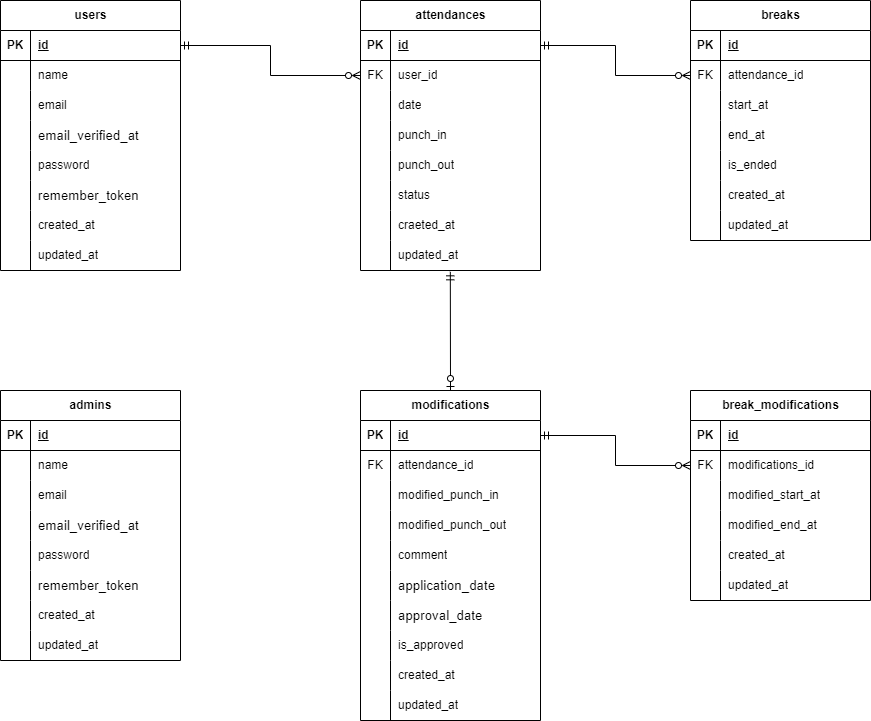
Earlier version of the draw.io export src/ER-diagram.drawio.png (Roba-97/ObanaRyota-mockcase2-attendance-app). Source tidied: cells renumbered, new cells last; positions are measured from the earlier drawing's top-left corner, leaving out a move shared by most shapes.
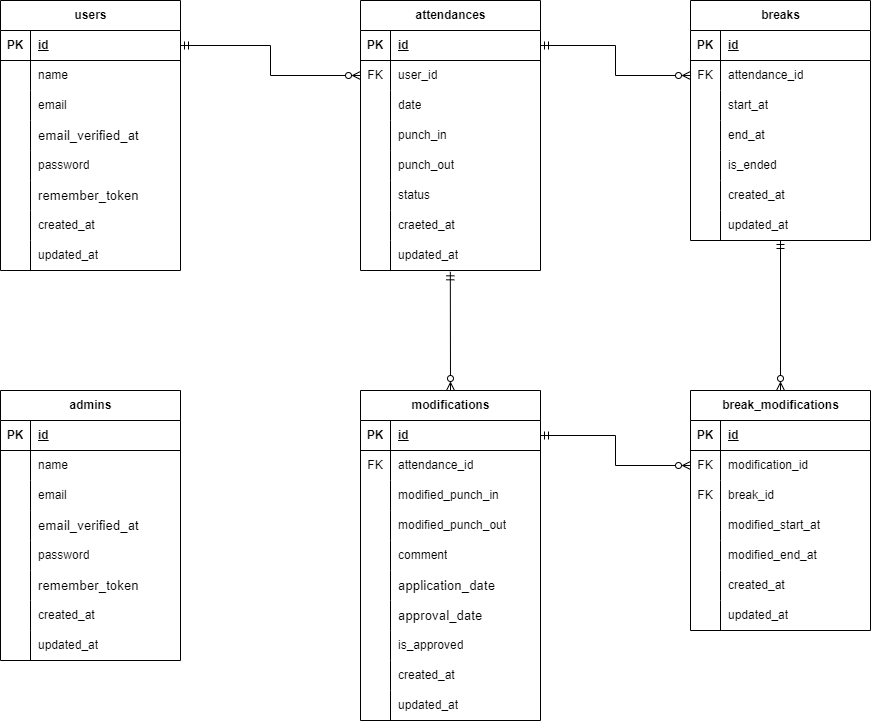
The same diagram one commit later.

Commit message:
fix : モデルリレーションとER図の修正

What changed in the source:
```diff
@@ -386,8 +386,11 @@
     <mxCell id="129" value="&lt;span style=&quot;color: rgb(0, 0, 0);&quot;&gt;updated_at&lt;/span&gt;" style="shape=partialRectangle;fillColor=none;top=0;left=0;bottom=0;right=0;align=left;spacingLeft=6;overflow=hidden;whiteSpace=wrap;html=1;" parent="127" vertex="1">
       <mxGeometry x="30" width="150" height="30" as="geometry" />
     </mxCell>
+    <mxCell id="153" style="edgeStyle=none;html=1;exitX=0.5;exitY=0;exitDx=0;exitDy=0;endArrow=ERmandOne;endFill=0;startArrow=ERzeroToMany;startFill=0;" parent="1" edge="1" source="130" target="96">
+      <mxGeometry relative="1" as="geometry" />
+    </mxCell>
     <mxCell id="130" value="break_modifications" style="shape=table;startSize=30;rowLines=0;fontStyle=1;align=center;html=1;" parent="1" vertex="1">
-      <mxGeometry x="690" y="390" width="180" height="210" as="geometry" />
+      <mxGeometry x="690" y="390" width="180" height="240" as="geometry" />
     </mxCell>
     <mxCell id="131" style="shape=tableRow;horizontal=0;startSize=0;swimlaneHead=0;swimlaneBody=0;fillColor=none;top=0;left=0;right=0;bottom=1;" parent="130" vertex="1">
       <mxGeometry y="30" width="180" height="30" as="geometry" />
@@ -404,11 +407,20 @@
     <mxCell id="135" value="FK" style="shape=partialRectangle;fillColor=none;top=0;left=0;bottom=0;right=0;fontStyle=0;overflow=hidden;whiteSpace=wrap;html=1;" parent="134" vertex="1">
       <mxGeometry width="30" height="30" as="geometry" />
     </mxCell>
-    <mxCell id="136" value="modifications_id" style="shape=partialRectangle;fillColor=none;top=0;left=0;bottom=0;right=0;align=left;spacingLeft=6;fontStyle=0;overflow=hidden;whiteSpace=wrap;html=1;" parent="134" vertex="1">
+    <mxCell id="136" value="modification_id" style="shape=partialRectangle;fillColor=none;top=0;left=0;bottom=0;right=0;align=left;spacingLeft=6;fontStyle=0;overflow=hidden;whiteSpace=wrap;html=1;" parent="134" vertex="1">
       <mxGeometry x="30" width="150" height="30" as="geometry" />
     </mxCell>
+    <mxCell id="154" style="shape=tableRow;horizontal=0;startSize=0;swimlaneHead=0;swimlaneBody=0;fillColor=none;top=0;left=0;right=0;bottom=0;" parent="130" vertex="1">
+      <mxGeometry y="90" width="180" height="30" as="geometry" />
+    </mxCell>
+    <mxCell id="155" value="FK" style="shape=partialRectangle;fillColor=none;top=0;left=0;bottom=0;right=0;fontStyle=0;overflow=hidden;whiteSpace=wrap;html=1;" parent="154" vertex="1">
+      <mxGeometry width="30" height="30" as="geometry" />
+    </mxCell>
+    <mxCell id="156" value="break_id" style="shape=partialRectangle;fillColor=none;top=0;left=0;bottom=0;right=0;align=left;spacingLeft=6;fontStyle=0;overflow=hidden;whiteSpace=wrap;html=1;" parent="154" vertex="1">
+      <mxGeometry x="30" width="150" height="30" as="geometry" />
+    </mxCell>
     <mxCell id="137" style="shape=tableRow;horizontal=0;startSize=0;swimlaneHead=0;swimlaneBody=0;fillColor=none;top=0;left=0;right=0;bottom=0;" parent="130" vertex="1">
-      <mxGeometry y="90" width="180" height="30" as="geometry" />
+      <mxGeometry y="120" width="180" height="30" as="geometry" />
     </mxCell>
     <mxCell id="138" style="shape=partialRectangle;fillColor=none;top=0;left=0;bottom=0;right=0;overflow=hidden;whiteSpace=wrap;html=1;" parent="137" vertex="1">
       <mxGeometry width="30" height="30" as="geometry" />
@@ -417,7 +429,7 @@
       <mxGeometry x="30" width="150" height="30" as="geometry" />
     </mxCell>
     <mxCell id="140" style="shape=tableRow;horizontal=0;startSize=0;swimlaneHead=0;swimlaneBody=0;fillColor=none;top=0;left=0;right=0;bottom=0;" parent="130" vertex="1">
-      <mxGeometry y="120" width="180" height="30" as="geometry" />
+      <mxGeometry y="150" width="180" height="30" as="geometry" />
     </mxCell>
     <mxCell id="141" style="shape=partialRectangle;fillColor=none;top=0;left=0;bottom=0;right=0;overflow=hidden;whiteSpace=wrap;html=1;" parent="140" vertex="1">
       <mxGeometry width="30" height="30" as="geometry" />
@@ -426,7 +438,7 @@
       <mxGeometry x="30" width="150" height="30" as="geometry" />
     </mxCell>
     <mxCell id="143" style="shape=tableRow;horizontal=0;startSize=0;swimlaneHead=0;swimlaneBody=0;fillColor=none;top=0;left=0;right=0;bottom=0;" parent="130" vertex="1">
-      <mxGeometry y="150" width="180" height="30" as="geometry" />
+      <mxGeometry y="180" width="180" height="30" as="geometry" />
     </mxCell>
     <mxCell id="144" style="shape=partialRectangle;fillColor=none;top=0;left=0;bottom=0;right=0;overflow=hidden;whiteSpace=wrap;html=1;" parent="143" vertex="1">
       <mxGeometry width="30" height="30" as="geometry" />
@@ -435,7 +447,7 @@
       <mxGeometry x="30" width="150" height="30" as="geometry" />
     </mxCell>
     <mxCell id="146" style="shape=tableRow;horizontal=0;startSize=0;swimlaneHead=0;swimlaneBody=0;fillColor=none;top=0;left=0;right=0;bottom=0;" parent="130" vertex="1">
-      <mxGeometry y="180" width="180" height="30" as="geometry" />
+      <mxGeometry y="210" width="180" height="30" as="geometry" />
     </mxCell>
     <mxCell id="147" style="shape=partialRectangle;fillColor=none;top=0;left=0;bottom=0;right=0;overflow=hidden;whiteSpace=wrap;html=1;" parent="146" vertex="1">
       <mxGeometry width="30" height="30" as="geometry" />
@@ -452,7 +464,7 @@
     <mxCell id="151" style="edgeStyle=orthogonalEdgeStyle;html=1;exitX=1;exitY=0.5;exitDx=0;exitDy=0;entryX=0;entryY=0.5;entryDx=0;entryDy=0;rounded=0;curved=0;startArrow=ERmandOne;startFill=0;endArrow=ERzeroToMany;endFill=0;" parent="1" edge="1" source="100" target="134">
       <mxGeometry relative="1" as="geometry" />
     </mxCell>
-    <mxCell id="152" style="edgeStyle=none;html=1;exitX=0.5;exitY=0;exitDx=0;exitDy=0;entryX=0.499;entryY=1.044;entryDx=0;entryDy=0;entryPerimeter=0;startArrow=ERzeroToOne;startFill=0;endArrow=ERmandOne;endFill=0;" parent="1" edge="1" source="99" target="74">
+    <mxCell id="152" style="edgeStyle=none;html=1;exitX=0.5;exitY=0;exitDx=0;exitDy=0;entryX=0.499;entryY=1.044;entryDx=0;entryDy=0;entryPerimeter=0;startArrow=ERzeroToMany;startFill=0;endArrow=ERmandOne;endFill=0;" parent="1" edge="1" source="99" target="74">
       <mxGeometry relative="1" as="geometry" />
     </mxCell>
   </root>
```
